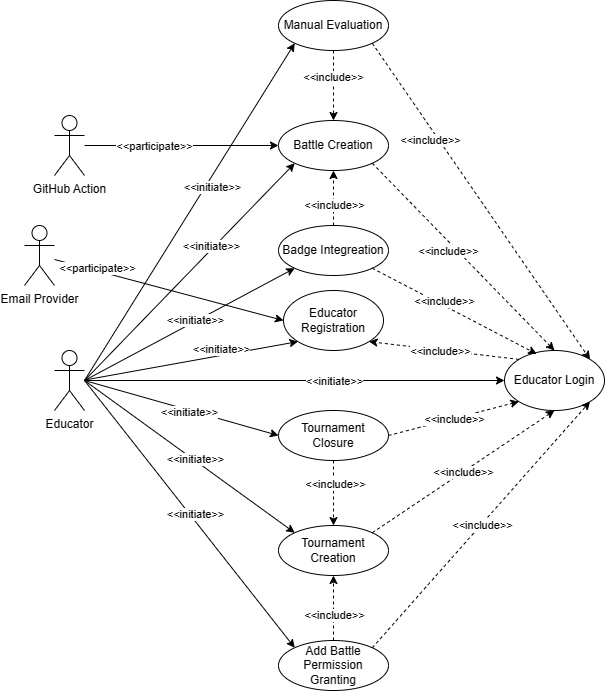
Above: RASD/Images/UC_Educator.png in RiccardoFiorentini/AnnechiniFilippiFiorentini (draw.io), before the change. Source tidied: cells renumbered, new cells last; positions are measured from the earlier drawing's top-left corner, leaving out a move shared by most shapes. Source of this version:
```xml
<mxGraphModel>
  <root>
    <mxCell id="0" />
    <mxCell id="1" parent="0" />
    <mxCell id="2" value="Educator" style="shape=umlActor;verticalLabelPosition=bottom;verticalAlign=top;html=1;" parent="1" vertex="1">
      <mxGeometry x="30" y="350" width="30" height="60" as="geometry" />
    </mxCell>
    <mxCell id="3" value="Tournament Creation" style="ellipse;whiteSpace=wrap;html=1;" parent="1" vertex="1">
      <mxGeometry x="254" y="525" width="110" height="50" as="geometry" />
    </mxCell>
    <mxCell id="4" style="endArrow=classic;html=1;rounded=0;exitX=1;exitY=0;exitDx=0;exitDy=0;entryX=0.5;entryY=1;entryDx=0;entryDy=0;strokeColor=default;dashed=1;" parent="1" edge="1" source="3" target="8">
      <mxGeometry relative="1" as="geometry" />
    </mxCell>
    <mxCell id="5" value="&amp;lt;&amp;lt;include&amp;gt;&amp;gt;" style="edgeLabel;html=1;align=center;verticalAlign=middle;" parent="4" vertex="1">
      <mxGeometry relative="1" as="geometry" />
    </mxCell>
    <mxCell id="6" style="endArrow=classic;html=1;rounded=0;entryX=0;entryY=0;entryDx=0;entryDy=0;" parent="1" edge="1" target="3">
      <mxGeometry relative="1" as="geometry">
        <mxPoint x="60" y="380" as="sourcePoint" />
      </mxGeometry>
    </mxCell>
    <mxCell id="7" value="&amp;lt;&amp;lt;initiate&amp;gt;&amp;gt;" style="edgeLabel;html=1;align=center;verticalAlign=middle;" parent="6" vertex="1">
      <mxGeometry x="-0.02" y="-5" relative="1" as="geometry">
        <mxPoint x="11" as="offset" />
      </mxGeometry>
    </mxCell>
    <mxCell id="8" value="Educator Login" style="ellipse;whiteSpace=wrap;html=1;" parent="1" vertex="1">
      <mxGeometry x="480" y="350" width="100" height="60" as="geometry" />
    </mxCell>
    <mxCell id="9" style="endArrow=classic;html=1;rounded=0;entryX=0;entryY=0.5;entryDx=0;entryDy=0;" parent="1" edge="1" target="8">
      <mxGeometry relative="1" as="geometry">
        <mxPoint x="60" y="380" as="sourcePoint" />
      </mxGeometry>
    </mxCell>
    <mxCell id="10" value="&amp;lt;&amp;lt;initiate&amp;gt;&amp;gt;" style="edgeLabel;html=1;align=center;verticalAlign=middle;" parent="9" vertex="1">
      <mxGeometry x="-0.22" y="1" relative="1" as="geometry">
        <mxPoint x="86" y="1" as="offset" />
      </mxGeometry>
    </mxCell>
    <mxCell id="11" value="Educator Registration" style="ellipse;whiteSpace=wrap;html=1;" parent="1" vertex="1">
      <mxGeometry x="259" y="290" width="100" height="60" as="geometry" />
    </mxCell>
    <mxCell id="12" style="endArrow=classic;html=1;rounded=0;entryX=0;entryY=1;entryDx=0;entryDy=0;" parent="1" edge="1" target="11">
      <mxGeometry relative="1" as="geometry">
        <mxPoint x="60" y="379.5" as="sourcePoint" />
      </mxGeometry>
    </mxCell>
    <mxCell id="13" value="&amp;lt;&amp;lt;initiate&amp;gt;&amp;gt;" style="edgeLabel;html=1;align=center;verticalAlign=middle;" parent="12" vertex="1">
      <mxGeometry x="-0.22" y="1" relative="1" as="geometry">
        <mxPoint x="53" y="-15" as="offset" />
      </mxGeometry>
    </mxCell>
    <mxCell id="14" style="endArrow=classic;dashed=1;html=1;rounded=0;entryX=1;entryY=1;entryDx=0;entryDy=0;exitX=0;exitY=0;exitDx=0;exitDy=0;endFill=1;" parent="1" edge="1" source="8" target="11">
      <mxGeometry relative="1" as="geometry" />
    </mxCell>
    <mxCell id="15" value="&amp;lt;&amp;lt;include&amp;gt;&amp;gt;" style="edgeLabel;html=1;align=center;verticalAlign=middle;" parent="14" vertex="1">
      <mxGeometry x="0.06" y="1" relative="1" as="geometry" />
    </mxCell>
    <mxCell id="16" value="Add Battle Permission Granting" style="ellipse;whiteSpace=wrap;html=1;" parent="1" vertex="1">
      <mxGeometry x="254" y="640" width="110" height="50" as="geometry" />
    </mxCell>
    <mxCell id="17" style="endArrow=classic;html=1;rounded=0;entryX=0;entryY=0;entryDx=0;entryDy=0;" parent="1" edge="1" target="16">
      <mxGeometry relative="1" as="geometry">
        <mxPoint x="60" y="380" as="sourcePoint" />
      </mxGeometry>
    </mxCell>
    <mxCell id="18" value="&amp;lt;&amp;lt;initiate&amp;gt;&amp;gt;" style="edgeLabel;html=1;align=center;verticalAlign=middle;" parent="17" vertex="1">
      <mxGeometry x="-0.02" y="-5" relative="1" as="geometry">
        <mxPoint x="11" as="offset" />
      </mxGeometry>
    </mxCell>
    <mxCell id="19" style="endArrow=classic;html=1;rounded=0;exitX=1;exitY=0;exitDx=0;exitDy=0;entryX=1;entryY=1;entryDx=0;entryDy=0;strokeColor=default;dashed=1;" parent="1" edge="1" source="16" target="8">
      <mxGeometry relative="1" as="geometry" />
    </mxCell>
    <mxCell id="20" value="&amp;lt;&amp;lt;include&amp;gt;&amp;gt;" style="edgeLabel;html=1;align=center;verticalAlign=middle;" parent="19" vertex="1">
      <mxGeometry relative="1" as="geometry" />
    </mxCell>
    <mxCell id="21" value="Battle Creation" style="ellipse;whiteSpace=wrap;html=1;" parent="1" vertex="1">
      <mxGeometry x="254" y="120" width="110" height="50" as="geometry" />
    </mxCell>
    <mxCell id="22" style="endArrow=classic;html=1;rounded=0;entryX=0;entryY=1;entryDx=0;entryDy=0;" parent="1" edge="1" target="21">
      <mxGeometry relative="1" as="geometry">
        <mxPoint x="60" y="380" as="sourcePoint" />
      </mxGeometry>
    </mxCell>
    <mxCell id="23" value="&amp;lt;&amp;lt;initiate&amp;gt;&amp;gt;" style="edgeLabel;html=1;align=center;verticalAlign=middle;" parent="22" vertex="1">
      <mxGeometry x="-0.02" y="-5" relative="1" as="geometry">
        <mxPoint x="20" y="-32" as="offset" />
      </mxGeometry>
    </mxCell>
    <mxCell id="24" style="endArrow=classic;html=1;rounded=0;entryX=1;entryY=0;entryDx=0;entryDy=0;strokeColor=default;dashed=1;exitX=1;exitY=1;exitDx=0;exitDy=0;" parent="1" edge="1" source="26" target="8">
      <mxGeometry relative="1" as="geometry" />
    </mxCell>
    <mxCell id="25" value="&amp;lt;&amp;lt;include&amp;gt;&amp;gt;" style="edgeLabel;html=1;align=center;verticalAlign=middle;" parent="24" vertex="1">
      <mxGeometry relative="1" as="geometry">
        <mxPoint x="-52" y="-62" as="offset" />
      </mxGeometry>
    </mxCell>
    <mxCell id="26" value="Manual Evaluation" style="ellipse;whiteSpace=wrap;html=1;" parent="1" vertex="1">
      <mxGeometry x="254" width="110" height="50" as="geometry" />
    </mxCell>
    <mxCell id="27" style="endArrow=classic;html=1;rounded=0;entryX=0;entryY=1;entryDx=0;entryDy=0;" parent="1" edge="1" target="26">
      <mxGeometry relative="1" as="geometry">
        <mxPoint x="60" y="380" as="sourcePoint" />
      </mxGeometry>
    </mxCell>
    <mxCell id="28" value="&amp;lt;&amp;lt;initiate&amp;gt;&amp;gt;" style="edgeLabel;html=1;align=center;verticalAlign=middle;" parent="27" vertex="1">
      <mxGeometry x="-0.02" y="-5" relative="1" as="geometry">
        <mxPoint x="20" y="-32" as="offset" />
      </mxGeometry>
    </mxCell>
    <mxCell id="29" style="endArrow=classic;dashed=1;html=1;rounded=0;entryX=0.5;entryY=0;entryDx=0;entryDy=0;exitX=0.5;exitY=1;exitDx=0;exitDy=0;endFill=1;" parent="1" edge="1" source="26" target="21">
      <mxGeometry relative="1" as="geometry" />
    </mxCell>
    <mxCell id="30" value="&amp;lt;&amp;lt;include&amp;gt;&amp;gt;" style="edgeLabel;html=1;align=center;verticalAlign=middle;" parent="29" vertex="1">
      <mxGeometry x="-0.26" y="-1" relative="1" as="geometry" />
    </mxCell>
    <mxCell id="31" style="endArrow=classic;html=1;rounded=0;exitX=1;exitY=1;exitDx=0;exitDy=0;entryX=0.5;entryY=0;entryDx=0;entryDy=0;strokeColor=default;dashed=1;" parent="1" edge="1" source="21" target="8">
      <mxGeometry relative="1" as="geometry" />
    </mxCell>
    <mxCell id="32" value="&amp;lt;&amp;lt;include&amp;gt;&amp;gt;" style="edgeLabel;html=1;align=center;verticalAlign=middle;" parent="31" vertex="1">
      <mxGeometry relative="1" as="geometry">
        <mxPoint x="-16" y="-6" as="offset" />
      </mxGeometry>
    </mxCell>
    <mxCell id="33" style="endArrow=classic;dashed=1;html=1;rounded=0;entryX=0.5;entryY=1;entryDx=0;entryDy=0;endFill=1;exitX=0.5;exitY=0;exitDx=0;exitDy=0;" parent="1" edge="1" source="16" target="3">
      <mxGeometry relative="1" as="geometry" />
    </mxCell>
    <mxCell id="34" value="&amp;lt;&amp;lt;include&amp;gt;&amp;gt;" style="edgeLabel;html=1;align=center;verticalAlign=middle;" parent="33" vertex="1">
      <mxGeometry x="-0.26" y="-1" relative="1" as="geometry">
        <mxPoint x="-1" y="-1" as="offset" />
      </mxGeometry>
    </mxCell>
    <mxCell id="35" value="Tournament Closure" style="ellipse;whiteSpace=wrap;html=1;" parent="1" vertex="1">
      <mxGeometry x="254" y="410" width="110" height="50" as="geometry" />
    </mxCell>
    <mxCell id="36" style="endArrow=classic;html=1;rounded=0;entryX=0;entryY=0.5;entryDx=0;entryDy=0;" parent="1" edge="1" target="35">
      <mxGeometry relative="1" as="geometry">
        <mxPoint x="60" y="380" as="sourcePoint" />
      </mxGeometry>
    </mxCell>
    <mxCell id="37" value="&amp;lt;&amp;lt;initiate&amp;gt;&amp;gt;" style="edgeLabel;html=1;align=center;verticalAlign=middle;" parent="36" vertex="1">
      <mxGeometry x="-0.02" y="-5" relative="1" as="geometry">
        <mxPoint x="11" as="offset" />
      </mxGeometry>
    </mxCell>
    <mxCell id="38" style="endArrow=classic;html=1;rounded=0;exitX=1;exitY=0.5;exitDx=0;exitDy=0;entryX=0;entryY=1;entryDx=0;entryDy=0;strokeColor=default;dashed=1;" parent="1" edge="1" source="35" target="8">
      <mxGeometry relative="1" as="geometry" />
    </mxCell>
    <mxCell id="39" value="&amp;lt;&amp;lt;include&amp;gt;&amp;gt;" style="edgeLabel;html=1;align=center;verticalAlign=middle;" parent="38" vertex="1">
      <mxGeometry relative="1" as="geometry" />
    </mxCell>
    <mxCell id="40" style="endArrow=classic;dashed=1;html=1;rounded=0;entryX=0.5;entryY=0;entryDx=0;entryDy=0;endFill=1;exitX=0.5;exitY=1;exitDx=0;exitDy=0;" parent="1" edge="1" source="35" target="3">
      <mxGeometry relative="1" as="geometry" />
    </mxCell>
    <mxCell id="41" value="&amp;lt;&amp;lt;include&amp;gt;&amp;gt;" style="edgeLabel;html=1;align=center;verticalAlign=middle;" parent="40" vertex="1">
      <mxGeometry x="-0.28" y="1" relative="1" as="geometry" />
    </mxCell>
    <mxCell id="42" value="Badge Integreation" style="ellipse;whiteSpace=wrap;html=1;" parent="1" vertex="1">
      <mxGeometry x="254" y="225" width="110" height="50" as="geometry" />
    </mxCell>
    <mxCell id="43" style="endArrow=classic;html=1;rounded=0;exitX=1;exitY=1;exitDx=0;exitDy=0;entryX=0.322;entryY=0.058;entryDx=0;entryDy=0;strokeColor=default;dashed=1;entryPerimeter=0;" parent="1" edge="1" source="42" target="8">
      <mxGeometry relative="1" as="geometry" />
    </mxCell>
    <mxCell id="44" value="&amp;lt;&amp;lt;include&amp;gt;&amp;gt;" style="edgeLabel;html=1;align=center;verticalAlign=middle;" parent="43" vertex="1">
      <mxGeometry relative="1" as="geometry">
        <mxPoint x="-10" y="-10" as="offset" />
      </mxGeometry>
    </mxCell>
    <mxCell id="45" style="endArrow=classic;html=1;rounded=0;entryX=0;entryY=1;entryDx=0;entryDy=0;" parent="1" edge="1" target="42">
      <mxGeometry relative="1" as="geometry">
        <mxPoint x="60" y="380" as="sourcePoint" />
      </mxGeometry>
    </mxCell>
    <mxCell id="46" value="&amp;lt;&amp;lt;initiate&amp;gt;&amp;gt;" style="edgeLabel;html=1;align=center;verticalAlign=middle;" parent="45" vertex="1">
      <mxGeometry x="-0.02" y="-5" relative="1" as="geometry">
        <mxPoint x="5" y="-10" as="offset" />
      </mxGeometry>
    </mxCell>
    <mxCell id="47" style="endArrow=classic;dashed=1;html=1;rounded=0;endFill=1;exitX=0.5;exitY=0;exitDx=0;exitDy=0;entryX=0.5;entryY=1;entryDx=0;entryDy=0;" parent="1" edge="1" source="42" target="21">
      <mxGeometry relative="1" as="geometry" />
    </mxCell>
    <mxCell id="48" value="&amp;lt;&amp;lt;include&amp;gt;&amp;gt;" style="edgeLabel;html=1;align=center;verticalAlign=middle;" parent="47" vertex="1">
      <mxGeometry x="-0.26" y="-1" relative="1" as="geometry">
        <mxPoint x="-1" y="-1" as="offset" />
      </mxGeometry>
    </mxCell>
    <mxCell id="49" value="Email Provider&lt;br&gt;" style="shape=umlActor;verticalLabelPosition=bottom;verticalAlign=top;html=1;outlineConnect=0;" parent="1" vertex="1">
      <mxGeometry y="225" width="30" height="60" as="geometry" />
    </mxCell>
    <mxCell id="50" style="endArrow=classic;html=1;rounded=0;entryX=0;entryY=0.5;entryDx=0;entryDy=0;" parent="1" edge="1" source="49" target="11">
      <mxGeometry relative="1" as="geometry" />
    </mxCell>
    <mxCell id="51" value="&amp;lt;&amp;lt;participate&amp;gt;&amp;gt;" style="edgeLabel;html=1;align=center;verticalAlign=middle;" parent="50" vertex="1">
      <mxGeometry x="-0.22" y="1" relative="1" as="geometry">
        <mxPoint x="-47" y="-15" as="offset" />
      </mxGeometry>
    </mxCell>
    <mxCell id="52" value="GitHub Action" style="shape=umlActor;verticalLabelPosition=bottom;verticalAlign=top;html=1;outlineConnect=0;" parent="1" vertex="1">
      <mxGeometry x="30" y="115" width="30" height="60" as="geometry" />
    </mxCell>
    <mxCell id="53" style="endArrow=classic;html=1;rounded=0;entryX=0;entryY=0.5;entryDx=0;entryDy=0;" parent="1" edge="1" source="52">
      <mxGeometry relative="1" as="geometry">
        <mxPoint x="254" y="145" as="targetPoint" />
      </mxGeometry>
    </mxCell>
    <mxCell id="54" value="&amp;lt;&amp;lt;participate&amp;gt;&amp;gt;" style="edgeLabel;html=1;align=center;verticalAlign=middle;" parent="53" vertex="1">
      <mxGeometry x="-0.22" y="1" relative="1" as="geometry">
        <mxPoint x="-6" y="1" as="offset" />
      </mxGeometry>
    </mxCell>
  </root>
</mxGraphModel>
```
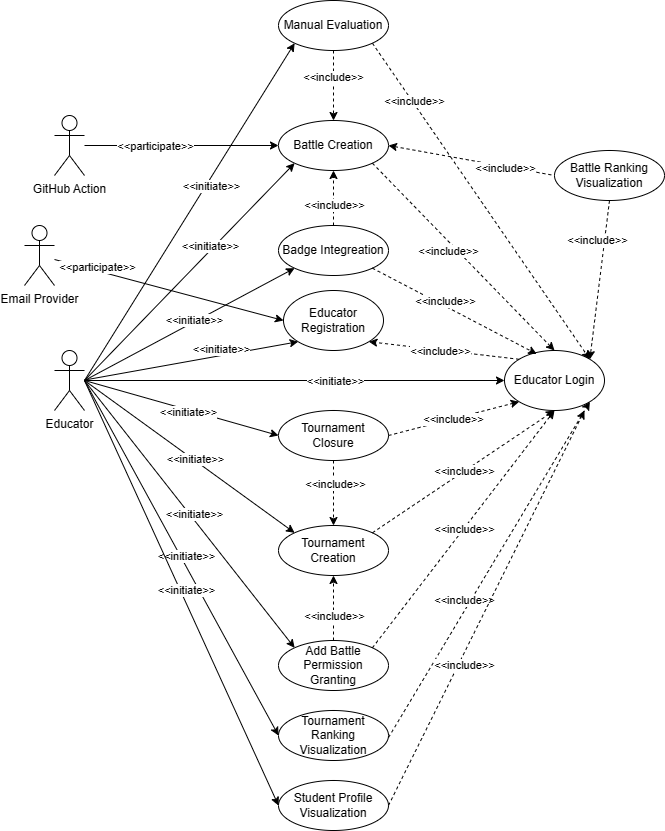
After the change.

Diff of the diagram source:
```diff
@@ -69,7 +69,7 @@
         <mxPoint x="11" as="offset" />
       </mxGeometry>
     </mxCell>
-    <mxCell id="19" style="endArrow=classic;html=1;rounded=0;exitX=1;exitY=0;exitDx=0;exitDy=0;entryX=1;entryY=1;entryDx=0;entryDy=0;strokeColor=default;dashed=1;" parent="1" edge="1" source="16" target="8">
+    <mxCell id="19" style="endArrow=classic;html=1;rounded=0;exitX=1;exitY=0;exitDx=0;exitDy=0;entryX=0.5;entryY=1;entryDx=0;entryDy=0;strokeColor=default;dashed=1;" parent="1" edge="1" source="16" target="8">
       <mxGeometry relative="1" as="geometry" />
     </mxCell>
     <mxCell id="20" value="&amp;lt;&amp;lt;include&amp;gt;&amp;gt;" style="edgeLabel;html=1;align=center;verticalAlign=middle;" parent="19" vertex="1">
@@ -93,7 +93,7 @@
     </mxCell>
     <mxCell id="25" value="&amp;lt;&amp;lt;include&amp;gt;&amp;gt;" style="edgeLabel;html=1;align=center;verticalAlign=middle;" parent="24" vertex="1">
       <mxGeometry relative="1" as="geometry">
-        <mxPoint x="-52" y="-62" as="offset" />
+        <mxPoint x="-67" y="-100" as="offset" />
       </mxGeometry>
     </mxCell>
     <mxCell id="26" value="Manual Evaluation" style="ellipse;whiteSpace=wrap;html=1;" parent="1" vertex="1">
@@ -209,5 +209,70 @@
         <mxPoint x="-6" y="1" as="offset" />
       </mxGeometry>
     </mxCell>
+    <mxCell id="55" value="Battle Ranking Visualization" style="ellipse;whiteSpace=wrap;html=1;" parent="1" vertex="1">
+      <mxGeometry x="530" y="150" width="110" height="50" as="geometry" />
+    </mxCell>
+    <mxCell id="56" style="endArrow=none;html=1;rounded=0;exitX=1;exitY=0.5;exitDx=0;exitDy=0;entryX=0;entryY=0.5;entryDx=0;entryDy=0;dashed=1;startArrow=classic;startFill=1;endFill=0;" parent="1" edge="1" source="21" target="55">
+      <mxGeometry relative="1" as="geometry" />
+    </mxCell>
+    <mxCell id="57" value="&amp;lt;&amp;lt;include&amp;gt;&amp;gt;" style="edgeLabel;html=1;align=center;verticalAlign=middle;" parent="56" vertex="1">
+      <mxGeometry x="0.6" y="2" relative="1" as="geometry">
+        <mxPoint x="-17" as="offset" />
+      </mxGeometry>
+    </mxCell>
+    <mxCell id="58" style="endArrow=classic;html=1;rounded=0;entryX=1;entryY=0;entryDx=0;entryDy=0;strokeColor=default;dashed=1;exitX=0.5;exitY=1;exitDx=0;exitDy=0;" parent="1" edge="1" source="55" target="8">
+      <mxGeometry relative="1" as="geometry" />
+    </mxCell>
+    <mxCell id="59" value="&amp;lt;&amp;lt;include&amp;gt;&amp;gt;" style="edgeLabel;html=1;align=center;verticalAlign=middle;" parent="58" vertex="1">
+      <mxGeometry relative="1" as="geometry">
+        <mxPoint x="-3" y="-40" as="offset" />
+      </mxGeometry>
+    </mxCell>
+    <mxCell id="60" value="Tournament Ranking Visualization" style="ellipse;whiteSpace=wrap;html=1;" parent="1" vertex="1">
+      <mxGeometry x="254" y="710" width="110" height="50" as="geometry" />
+    </mxCell>
+    <mxCell id="61" style="endArrow=classic;html=1;rounded=0;entryX=0;entryY=0.5;entryDx=0;entryDy=0;" parent="1" edge="1" target="60">
+      <mxGeometry relative="1" as="geometry">
+        <mxPoint x="60" y="380" as="sourcePoint" />
+      </mxGeometry>
+    </mxCell>
+    <mxCell id="62" value="&amp;lt;&amp;lt;initiate&amp;gt;&amp;gt;" style="edgeLabel;html=1;align=center;verticalAlign=middle;" parent="61" vertex="1">
+      <mxGeometry x="-0.02" y="-5" relative="1" as="geometry">
+        <mxPoint x="11" as="offset" />
+      </mxGeometry>
+    </mxCell>
+    <mxCell id="63" style="endArrow=classic;html=1;rounded=0;exitX=1;exitY=0;exitDx=0;exitDy=0;entryX=1;entryY=1;entryDx=0;entryDy=0;strokeColor=default;dashed=1;" parent="1" edge="1" target="8">
+      <mxGeometry relative="1" as="geometry">
+        <mxPoint x="364" y="737" as="sourcePoint" />
+      </mxGeometry>
+    </mxCell>
+    <mxCell id="64" value="&amp;lt;&amp;lt;include&amp;gt;&amp;gt;" style="edgeLabel;html=1;align=center;verticalAlign=middle;" parent="63" vertex="1">
+      <mxGeometry relative="1" as="geometry">
+        <mxPoint x="-25" y="31" as="offset" />
+      </mxGeometry>
+    </mxCell>
+    <mxCell id="65" value="Student Profile Visualization" style="ellipse;whiteSpace=wrap;html=1;" parent="1" vertex="1">
+      <mxGeometry x="254" y="780" width="110" height="50" as="geometry" />
+    </mxCell>
+    <mxCell id="66" style="endArrow=classic;html=1;rounded=0;entryX=0;entryY=0.5;entryDx=0;entryDy=0;" parent="1" edge="1" target="65">
+      <mxGeometry relative="1" as="geometry">
+        <mxPoint x="60" y="380" as="sourcePoint" />
+      </mxGeometry>
+    </mxCell>
+    <mxCell id="67" value="&amp;lt;&amp;lt;initiate&amp;gt;&amp;gt;" style="edgeLabel;html=1;align=center;verticalAlign=middle;" parent="66" vertex="1">
+      <mxGeometry x="-0.02" y="-5" relative="1" as="geometry">
+        <mxPoint x="11" as="offset" />
+      </mxGeometry>
+    </mxCell>
+    <mxCell id="68" style="endArrow=classic;html=1;rounded=0;exitX=1;exitY=0.5;exitDx=0;exitDy=0;strokeColor=default;dashed=1;" parent="1" edge="1" source="65">
+      <mxGeometry relative="1" as="geometry">
+        <mxPoint x="560" y="410" as="targetPoint" />
+      </mxGeometry>
+    </mxCell>
+    <mxCell id="69" value="&amp;lt;&amp;lt;include&amp;gt;&amp;gt;" style="edgeLabel;html=1;align=center;verticalAlign=middle;" parent="68" vertex="1">
+      <mxGeometry relative="1" as="geometry">
+        <mxPoint x="-22" y="57" as="offset" />
+      </mxGeometry>
+    </mxCell>
   </root>
 </mxGraphModel>
```
